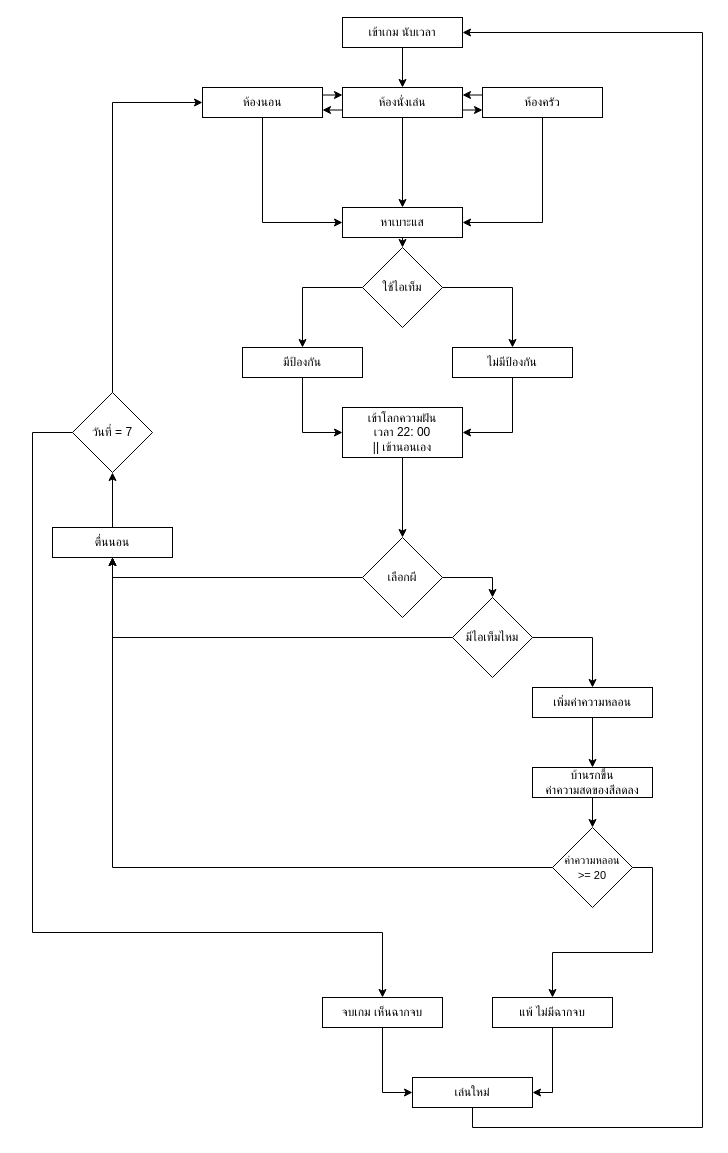
The draw.io diagram GameFlow.drawio in pxxsx35/pxxsx35.github.io, before the edit. Source tidied: cells renumbered, new cells numbered last; positions are measured from the earlier drawing's top-left corner, leaving out a move shared by most shapes. Both pictures are drawn from the tidied source at 100%, with x=0, y=0 at pixel (32, 17).
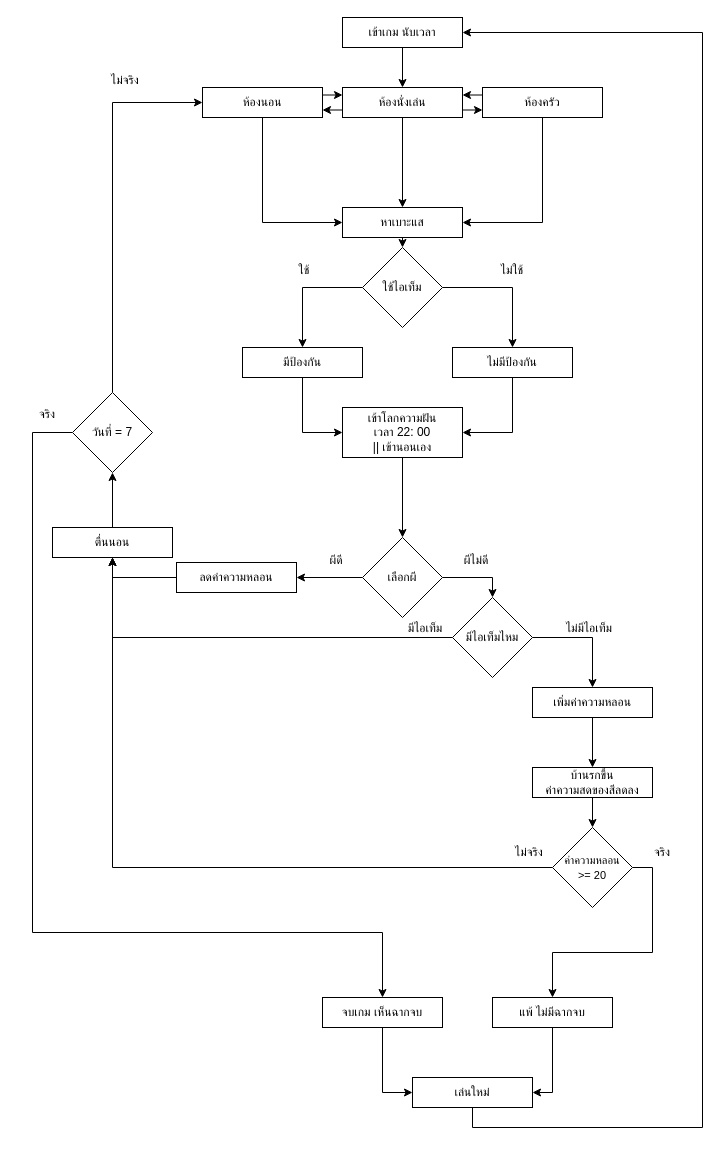
The same page after the edit.

The change refers to these unchanged cells:
```xml
<mxCell id="20" value="เลือกผี" style="rhombus;whiteSpace=wrap;html=1;" parent="1" vertex="1">
  <mxGeometry x="330" y="520" width="80" height="80" as="geometry" />
</mxCell>
<mxCell id="22" value="ตื่นนอน" style="rounded=0;whiteSpace=wrap;html=1;" parent="1" vertex="1">
  <mxGeometry x="20" y="510" width="120" height="30" as="geometry" />
</mxCell>
```

The edit, as a diff of the source:
```diff
@@
-    <mxCell id="18" style="edgeStyle=orthogonalEdgeStyle;rounded=0;jettySize=auto;html=1;exitX=0;exitY=0.5;exitDx=0;exitDy=0;entryX=0.5;entryY=1;entryDx=0;entryDy=0;" parent="1" edge="1" source="20" target="22">
-      <mxGeometry relative="1" as="geometry" />
-    </mxCell>
@@
+    <mxCell id="49" style="edgeStyle=orthogonalEdgeStyle;rounded=0;jettySize=auto;html=1;exitX=0;exitY=0.5;exitDx=0;exitDy=0;entryX=1;entryY=0.5;entryDx=0;entryDy=0;" parent="1" edge="1" source="20" target="55">
+      <mxGeometry relative="1" as="geometry" />
+    </mxCell>
@@
+    <mxCell id="50" value="ใช้" style="text;html=1;whiteSpace=wrap;strokeColor=none;fillColor=none;align=center;verticalAlign=middle;rounded=0;" parent="1" vertex="1">
+      <mxGeometry x="242" y="238" width="60" height="30" as="geometry" />
+    </mxCell>
+    <mxCell id="51" value="ไม่ใช้" style="text;html=1;whiteSpace=wrap;strokeColor=none;fillColor=none;align=center;verticalAlign=middle;rounded=0;" parent="1" vertex="1">
+      <mxGeometry x="450" y="238" width="60" height="30" as="geometry" />
+    </mxCell>
+    <mxCell id="52" value="ผีไม่ดี" style="text;html=1;whiteSpace=wrap;strokeColor=none;fillColor=none;align=center;verticalAlign=middle;rounded=0;" parent="1" vertex="1">
+      <mxGeometry x="414" y="528" width="60" height="30" as="geometry" />
+    </mxCell>
+    <mxCell id="53" value="ผีดี" style="text;html=1;whiteSpace=wrap;strokeColor=none;fillColor=none;align=center;verticalAlign=middle;rounded=0;" parent="1" vertex="1">
+      <mxGeometry x="274" y="528" width="60" height="30" as="geometry" />
+    </mxCell>
+    <mxCell id="54" style="edgeStyle=orthogonalEdgeStyle;rounded=0;jettySize=auto;html=1;exitX=0;exitY=0.5;exitDx=0;exitDy=0;entryX=0.5;entryY=1;entryDx=0;entryDy=0;" parent="1" edge="1" source="55" target="22">
+      <mxGeometry relative="1" as="geometry" />
+    </mxCell>
+    <mxCell id="55" value="ลดค่าความหลอน" style="rounded=0;whiteSpace=wrap;html=1;" parent="1" vertex="1">
+      <mxGeometry x="144" y="545" width="120" height="30" as="geometry" />
+    </mxCell>
+    <mxCell id="56" value="มีไอเท็ม" style="text;html=1;whiteSpace=wrap;strokeColor=none;fillColor=none;align=center;verticalAlign=middle;rounded=0;" parent="1" vertex="1">
+      <mxGeometry x="363" y="596" width="60" height="30" as="geometry" />
+    </mxCell>
+    <mxCell id="57" value="ไม่มีไอเท็ม" style="text;html=1;whiteSpace=wrap;strokeColor=none;fillColor=none;align=center;verticalAlign=middle;rounded=0;" parent="1" vertex="1">
+      <mxGeometry x="527" y="596" width="60" height="30" as="geometry" />
+    </mxCell>
+    <mxCell id="58" value="จริง" style="text;html=1;whiteSpace=wrap;strokeColor=none;fillColor=none;align=center;verticalAlign=middle;rounded=0;" parent="1" vertex="1">
+      <mxGeometry x="600" y="820" width="60" height="30" as="geometry" />
+    </mxCell>
+    <mxCell id="59" value="ไม่จริง" style="text;html=1;whiteSpace=wrap;strokeColor=none;fillColor=none;align=center;verticalAlign=middle;rounded=0;" parent="1" vertex="1">
+      <mxGeometry x="467" y="820" width="60" height="30" as="geometry" />
+    </mxCell>
+    <mxCell id="60" value="จริง" style="text;html=1;whiteSpace=wrap;strokeColor=none;fillColor=none;align=center;verticalAlign=middle;rounded=0;" parent="1" vertex="1">
+      <mxGeometry x="-15" y="382" width="60" height="30" as="geometry" />
+    </mxCell>
+    <mxCell id="61" value="ไม่จริง" style="text;html=1;whiteSpace=wrap;strokeColor=none;fillColor=none;align=center;verticalAlign=middle;rounded=0;" parent="1" vertex="1">
+      <mxGeometry x="63" y="48" width="60" height="30" as="geometry" />
+    </mxCell>
```
